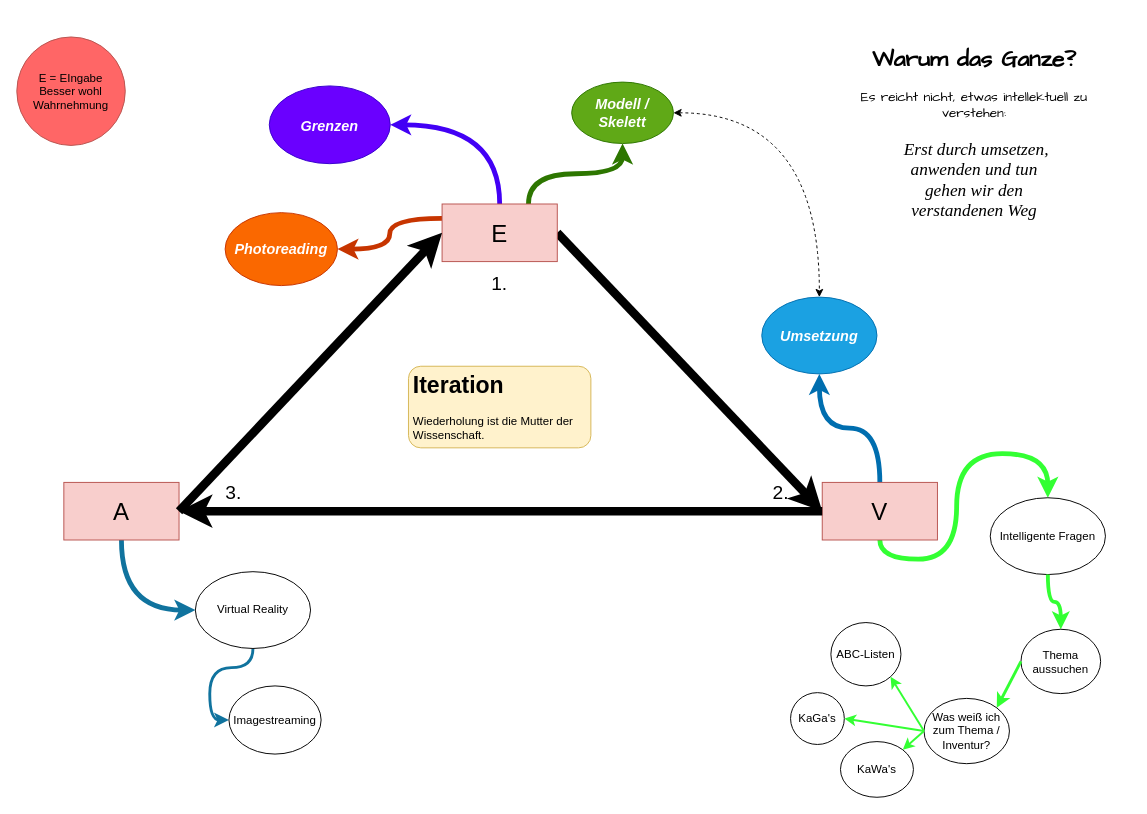
foreversun69/documentation keeps this draw.io diagram as DrawIo/EVA.drawio. Above is the earlier version. Source tidied: cells renumbered, new cells numbered last; positions are measured from the earlier drawing's top-left corner, leaving out a move shared by most shapes. Both pictures are drawn from the tidied source at 96%, with x=0, y=0 at pixel (16, 36).
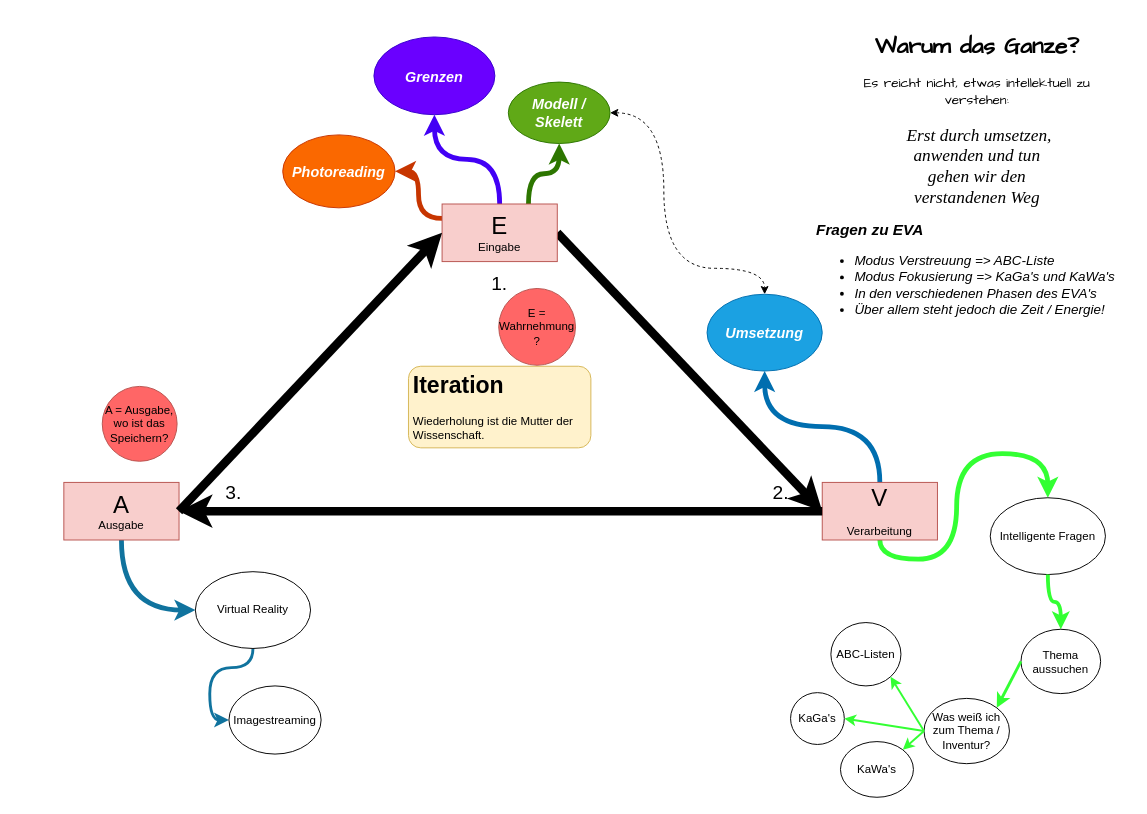
After the change.

What changed in the source:
```diff
@@
-    <mxCell id="4" style="edgeStyle=orthogonalEdgeStyle;rounded=0;jettySize=auto;html=1;exitX=0.5;exitY=0;exitDx=0;exitDy=0;startArrow=none;startFill=0;endArrow=classic;endFill=1;strokeWidth=5;curved=1;fillColor=#6a00ff;entryX=1;entryY=0.5;entryDx=0;entryDy=0;strokeColor=#4200F5;" parent="1" edge="1" source="6" target="24">
+    <mxCell id="4" style="edgeStyle=orthogonalEdgeStyle;rounded=0;jettySize=auto;html=1;exitX=0.5;exitY=0;exitDx=0;exitDy=0;startArrow=none;startFill=0;endArrow=classic;endFill=1;strokeWidth=5;curved=1;fillColor=#6a00ff;entryX=0.5;entryY=1;entryDx=0;entryDy=0;strokeColor=#4200F5;" parent="1" edge="1" source="6" target="24">
       <mxGeometry relative="1" as="geometry" />
     </mxCell>
@@
-    <mxCell id="6" value="&lt;font style=&quot;font-size: 25px&quot;&gt;E&lt;/font&gt;" style="rounded=0;whiteSpace=wrap;html=1;fillColor=#f8cecc;strokeColor=#b85450;" parent="1" vertex="1">
+    <mxCell id="6" value="&lt;div&gt;&lt;font style=&quot;font-size: 25px&quot;&gt;E&lt;/font&gt;&lt;/div&gt;Eingabe" style="rounded=0;whiteSpace=wrap;html=1;fillColor=#f8cecc;strokeColor=#b85450;" parent="1" vertex="1">
       <mxGeometry x="443" y="174" width="120" height="60" as="geometry" />
     </mxCell>
@@
-    <mxCell id="9" value="&lt;font style=&quot;font-size: 25px&quot;&gt;A&lt;/font&gt;" style="rounded=0;whiteSpace=wrap;html=1;fillColor=#f8cecc;strokeColor=#b85450;" parent="1" vertex="1">
+    <mxCell id="9" value="&lt;div&gt;&lt;font style=&quot;font-size: 25px&quot;&gt;A&lt;/font&gt;&lt;/div&gt;Ausgabe" style="rounded=0;whiteSpace=wrap;html=1;fillColor=#f8cecc;strokeColor=#b85450;" parent="1" vertex="1">
       <mxGeometry x="49" y="464" width="120" height="60" as="geometry" />
     </mxCell>
@@
-    <mxCell id="12" value="&lt;font style=&quot;font-size: 25px&quot;&gt;V&lt;/font&gt;" style="rounded=0;whiteSpace=wrap;html=1;fillColor=#f8cecc;strokeColor=#b85450;" parent="1" vertex="1">
+    <mxCell id="12" value="&lt;div&gt;&lt;font style=&quot;font-size: 25px&quot;&gt;V&lt;/font&gt;&lt;font style=&quot;font-size: 12px&quot;&gt;&lt;font style=&quot;font-size: 12px&quot;&gt;&lt;font style=&quot;font-size: 12px&quot;&gt;&lt;br&gt;&lt;/font&gt;&lt;/font&gt;&lt;/font&gt;&lt;/div&gt;&lt;div&gt;&lt;font style=&quot;font-size: 12px&quot;&gt;&lt;font style=&quot;font-size: 25px&quot;&gt;&lt;font style=&quot;font-size: 12px&quot;&gt;Verarbeitung&lt;/font&gt;&lt;/font&gt;&lt;/font&gt;&lt;/div&gt;" style="rounded=0;whiteSpace=wrap;html=1;fillColor=#f8cecc;strokeColor=#b85450;" parent="1" vertex="1">
       <mxGeometry x="839" y="464" width="120" height="60" as="geometry" />
     </mxCell>
     <mxCell id="13" style="edgeStyle=orthogonalEdgeStyle;curved=1;rounded=0;jettySize=auto;html=1;exitX=1;exitY=0.5;exitDx=0;exitDy=0;entryX=0.5;entryY=0;entryDx=0;entryDy=0;startArrow=classic;startFill=1;endArrow=classic;endFill=1;strokeWidth=1;dashed=1;" parent="1" edge="1" source="14" target="17">
-      <mxGeometry relative="1" as="geometry" />
+      <mxGeometry relative="1" as="geometry">
+        <Array as="points">
+          <mxPoint x="674" y="79" />
+          <mxPoint x="674" y="241" />
+          <mxPoint x="779" y="241" />
+        </Array>
+      </mxGeometry>
     </mxCell>
     <mxCell id="14" value="&lt;i&gt;&lt;b&gt;&lt;font style=&quot;font-size: 15px&quot;&gt;Modell / Skelett&lt;/font&gt;&lt;/b&gt;&lt;/i&gt;" style="ellipse;whiteSpace=wrap;html=1;fillColor=#60a917;strokeColor=#2D7600;fontColor=#ffffff;" parent="1" vertex="1">
-      <mxGeometry x="578" y="47" width="106" height="64" as="geometry" />
+      <mxGeometry x="512" y="47" width="106" height="64" as="geometry" />
     </mxCell>
@@
     <mxCell id="17" value="&lt;i&gt;&lt;b&gt;&lt;font style=&quot;font-size: 15px&quot;&gt;Umsetzung&lt;/font&gt;&lt;/b&gt;&lt;/i&gt;" style="ellipse;whiteSpace=wrap;html=1;fillColor=#1ba1e2;strokeColor=#006EAF;fontColor=#ffffff;" parent="1" vertex="1">
-      <mxGeometry x="776" y="271" width="120" height="80" as="geometry" />
+      <mxGeometry x="719" y="268" width="120" height="80" as="geometry" />
     </mxCell>
@@
     <mxCell id="24" value="&lt;i&gt;&lt;b&gt;&lt;font style=&quot;font-size: 15px&quot;&gt;Grenzen&lt;/font&gt;&lt;/b&gt;&lt;/i&gt;" style="ellipse;whiteSpace=wrap;html=1;fillColor=#6a00ff;strokeColor=#3700CC;fontColor=#ffffff;" parent="1" vertex="1">
-      <mxGeometry x="263" y="51" width="126" height="81" as="geometry" />
+      <mxGeometry x="372" width="126" height="81" as="geometry" />
     </mxCell>
@@
     <mxCell id="36" value="&lt;font style=&quot;font-size: 15px&quot;&gt;&lt;b&gt;&lt;i&gt;Photoreading&lt;/i&gt;&lt;/b&gt;&lt;/font&gt;" style="ellipse;whiteSpace=wrap;html=1;fillColor=#fa6800;strokeColor=#C73500;fontColor=#ffffff;" parent="1" vertex="1">
-      <mxGeometry x="217" y="183" width="117" height="76" as="geometry" />
+      <mxGeometry x="277" y="102" width="117" height="76" as="geometry" />
     </mxCell>
     <mxCell id="37" value="&lt;h1 align=&quot;center&quot;&gt;&lt;font face=&quot;Comic Sans MS&quot;&gt;Warum das Ganze?&lt;/font&gt;&lt;/h1&gt;&lt;div align=&quot;center&quot;&gt;&lt;font style=&quot;font-size: 14px&quot; face=&quot;Comic Sans MS&quot;&gt;Es reicht nicht, etwas intellektuell zu verstehen:&lt;/font&gt;&lt;/div&gt;&lt;div align=&quot;center&quot;&gt;&lt;blockquote style=&quot;font-size: 18px&quot;&gt;&lt;div&gt;&lt;span style=&quot;background-color: rgb(255 , 255 , 255)&quot;&gt;&lt;font style=&quot;font-size: 18px&quot; face=&quot;Times New Roman&quot;&gt;&lt;i&gt;&amp;nbsp;Erst durch umsetzen, anwenden und tun gehen wir den verstandenen Weg &lt;/i&gt;&lt;/font&gt;&lt;/span&gt;&lt;font face=&quot;Comic Sans MS&quot;&gt;&lt;br&gt;&lt;/font&gt;&lt;/div&gt;&lt;/blockquote&gt;&lt;/div&gt;" style="text;html=1;spacing=5;spacingTop=-20;whiteSpace=wrap;overflow=hidden;rounded=0;" parent="1" vertex="1">
-      <mxGeometry x="867" y="3" width="259" height="219" as="geometry" />
+      <mxGeometry x="870" y="-11" width="259" height="219" as="geometry" />
     </mxCell>
-    <mxCell id="38" value="&lt;div&gt;E = EIngabe&lt;/div&gt;&lt;div&gt;Besser wohl Wahrnehmung&lt;br&gt;&lt;/div&gt;" style="ellipse;whiteSpace=wrap;html=1;strokeColor=#b85450;fillColor=#FF6666;" parent="1" vertex="1">
-      <mxGeometry width="113" height="113" as="geometry" />
+    <mxCell id="38" value="&lt;div&gt;E = Wahrnehmung&lt;br&gt;&lt;/div&gt;?" style="ellipse;whiteSpace=wrap;html=1;strokeColor=#b85450;fillColor=#FF6666;" parent="1" vertex="1">
+      <mxGeometry x="502" y="262" width="80" height="80" as="geometry" />
     </mxCell>
+    <mxCell id="39" value="&lt;font size=&quot;1&quot;&gt;&lt;b style=&quot;font-size: 16px&quot;&gt;Fragen zu EVA&lt;/b&gt;&lt;/font&gt;&lt;br style=&quot;font-size: 14px&quot;&gt;&lt;ul style=&quot;font-size: 14px&quot;&gt;&lt;li style=&quot;font-size: 14px&quot;&gt;Modus Verstreuung =&amp;gt; ABC-Liste&lt;br style=&quot;font-size: 14px&quot;&gt;&lt;/li&gt;&lt;li style=&quot;font-size: 14px&quot;&gt;Modus Fokusierung =&amp;gt; KaGa's und KaWa's&lt;br style=&quot;font-size: 14px&quot;&gt;&lt;/li&gt;&lt;li style=&quot;font-size: 14px&quot;&gt;In den verschiedenen Phasen des EVA's&lt;/li&gt;&lt;li style=&quot;font-size: 14px&quot;&gt;Über allem steht jedoch die Zeit / Energie!&lt;br style=&quot;font-size: 14px&quot;&gt;&lt;/li&gt;&lt;/ul&gt;" style="text;html=1;strokeColor=none;fillColor=none;align=left;verticalAlign=top;whiteSpace=wrap;rounded=0;horizontal=1;fontSize=14;fontStyle=2;" parent="1" vertex="1">
+      <mxGeometry x="831" y="185" width="329" height="113" as="geometry" />
+    </mxCell>
+    <mxCell id="40" value="A = Ausgabe, wo ist das Speichern?" style="ellipse;whiteSpace=wrap;html=1;strokeColor=#b85450;fillColor=#FF6666;" parent="1" vertex="1">
+      <mxGeometry x="89" y="364" width="78" height="78" as="geometry" />
+    </mxCell>
```
